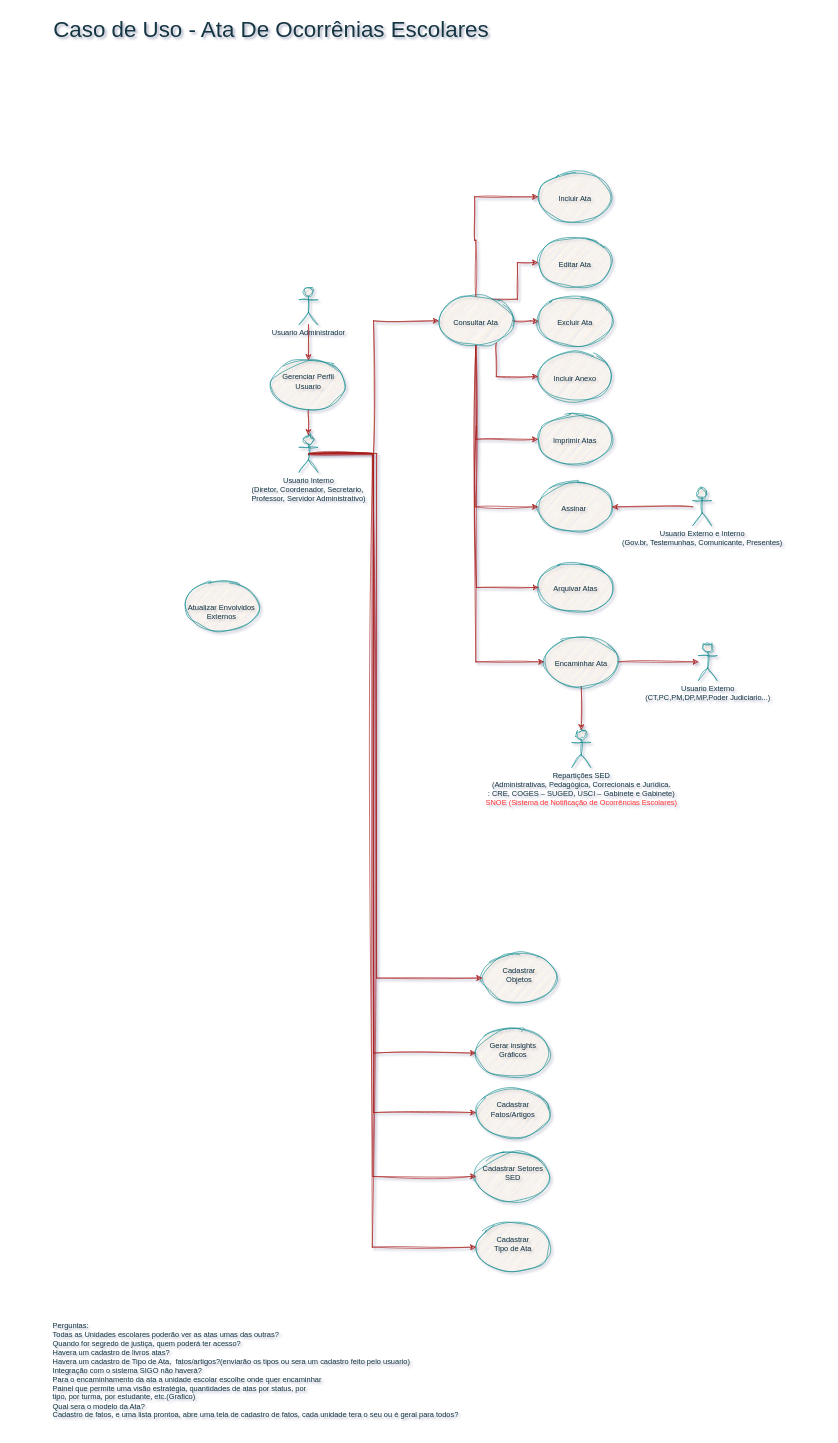
Regis-Dias/Ata_Digital keeps this draw.io diagram as Ata.drawio. Above is the earlier version. Source tidied: cells renumbered, new cells numbered last; positions are measured from the earlier drawing's top-left corner, leaving out a move shared by most shapes. Both pictures are drawn from the tidied source at 62%, with x=0, y=0 at pixel (11, 11).
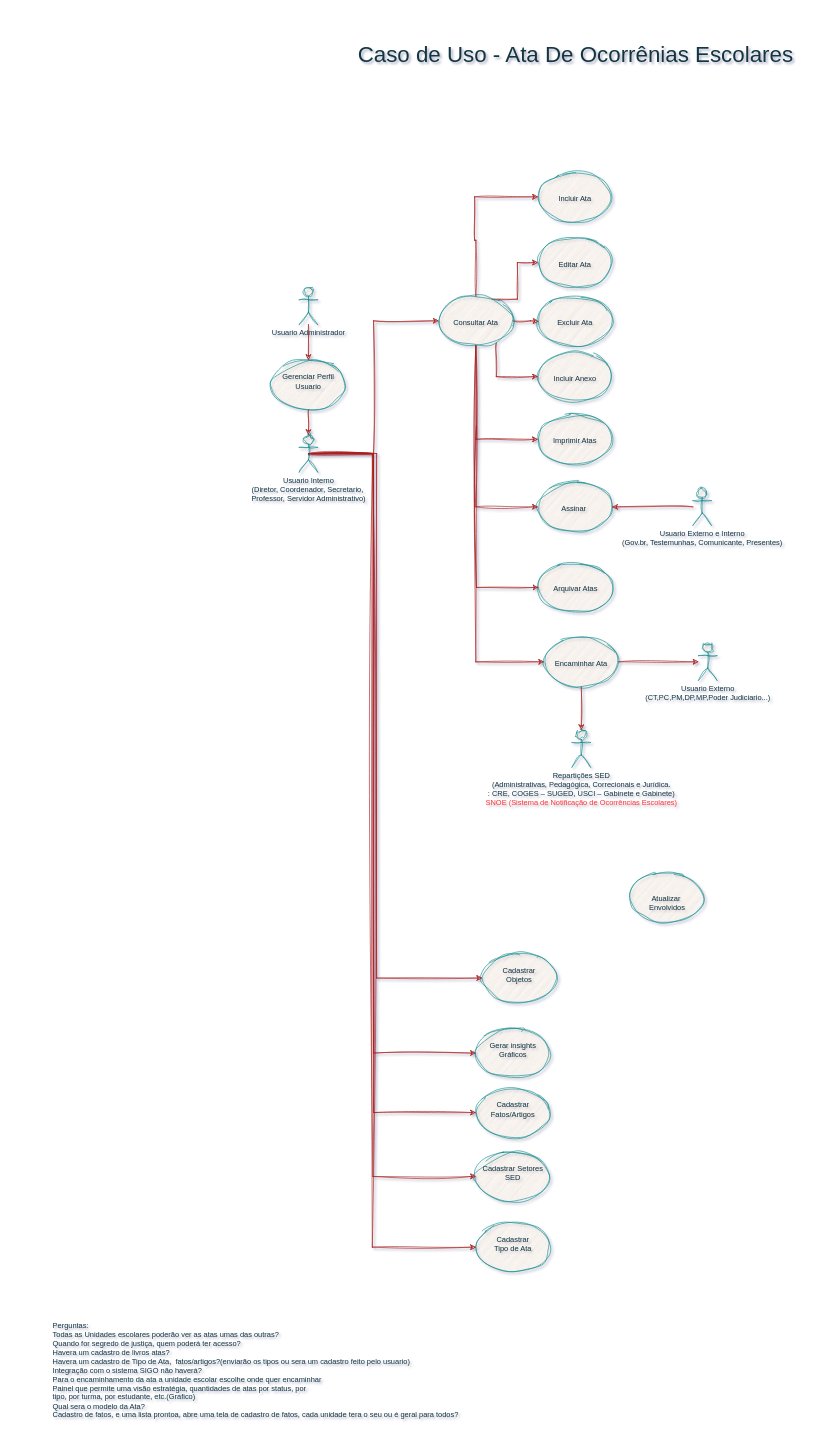
The same diagram, later.

Change to the diagram source:
```diff
@@
-    <mxCell id="16" value="&lt;div&gt;&lt;span style=&quot;background-color: initial;&quot;&gt;&lt;br&gt;&lt;/span&gt;&lt;/div&gt;&lt;div&gt;&lt;span style=&quot;background-color: initial;&quot;&gt;&lt;br&gt;&lt;/span&gt;&lt;/div&gt;&lt;div&gt;&lt;span style=&quot;background-color: initial;&quot;&gt;Atualizar Envolvidos&lt;br&gt;&lt;/span&gt;Externos&lt;/div&gt;&lt;div&gt;&lt;/div&gt;" style="ellipse;whiteSpace=wrap;html=1;strokeColor=#0F8B8D;align=center;verticalAlign=top;fontFamily=Helvetica;fontSize=12;fontColor=#143642;fillColor=#FAE5C7;labelBackgroundColor=none;sketch=1;curveFitting=1;jiggle=2;" parent="1" vertex="1">
-      <mxGeometry x="280" y="920" width="120" height="80" as="geometry" />
+    <mxCell id="16" value="&lt;div&gt;&lt;span style=&quot;background-color: initial;&quot;&gt;&lt;br&gt;&lt;/span&gt;&lt;/div&gt;&lt;div&gt;&lt;span style=&quot;background-color: initial;&quot;&gt;&lt;br&gt;&lt;/span&gt;&lt;/div&gt;&lt;div&gt;&lt;span style=&quot;background-color: initial;&quot;&gt;Atualizar&lt;/span&gt;&lt;/div&gt;&lt;div&gt;&lt;span style=&quot;background-color: initial;&quot;&gt;&amp;nbsp;Envolvidos&lt;br&gt;&lt;/span&gt;&lt;br&gt;&lt;/div&gt;&lt;div&gt;&lt;/div&gt;" style="ellipse;whiteSpace=wrap;html=1;strokeColor=#0F8B8D;align=center;verticalAlign=top;fontFamily=Helvetica;fontSize=12;fontColor=#143642;fillColor=#FAE5C7;labelBackgroundColor=none;sketch=1;curveFitting=1;jiggle=2;" parent="1" vertex="1">
+      <mxGeometry x="997" y="1390" width="120" height="80" as="geometry" />
     </mxCell>
@@
     <mxCell id="23" value="&lt;font style=&quot;font-size: 36px;&quot;&gt;Caso de Uso - Ata De Ocorrênias Escolares&lt;/font&gt;" style="text;html=1;align=center;verticalAlign=middle;whiteSpace=wrap;rounded=0;fontFamily=Helvetica;fontSize=12;fontColor=#143642;labelBackgroundColor=none;sketch=1;curveFitting=1;jiggle=2;" parent="1" vertex="1">
-      <mxGeometry x="20" width="800" height="60" as="geometry" />
+      <mxGeometry x="511" y="40" width="800" height="60" as="geometry" />
     </mxCell>
```
